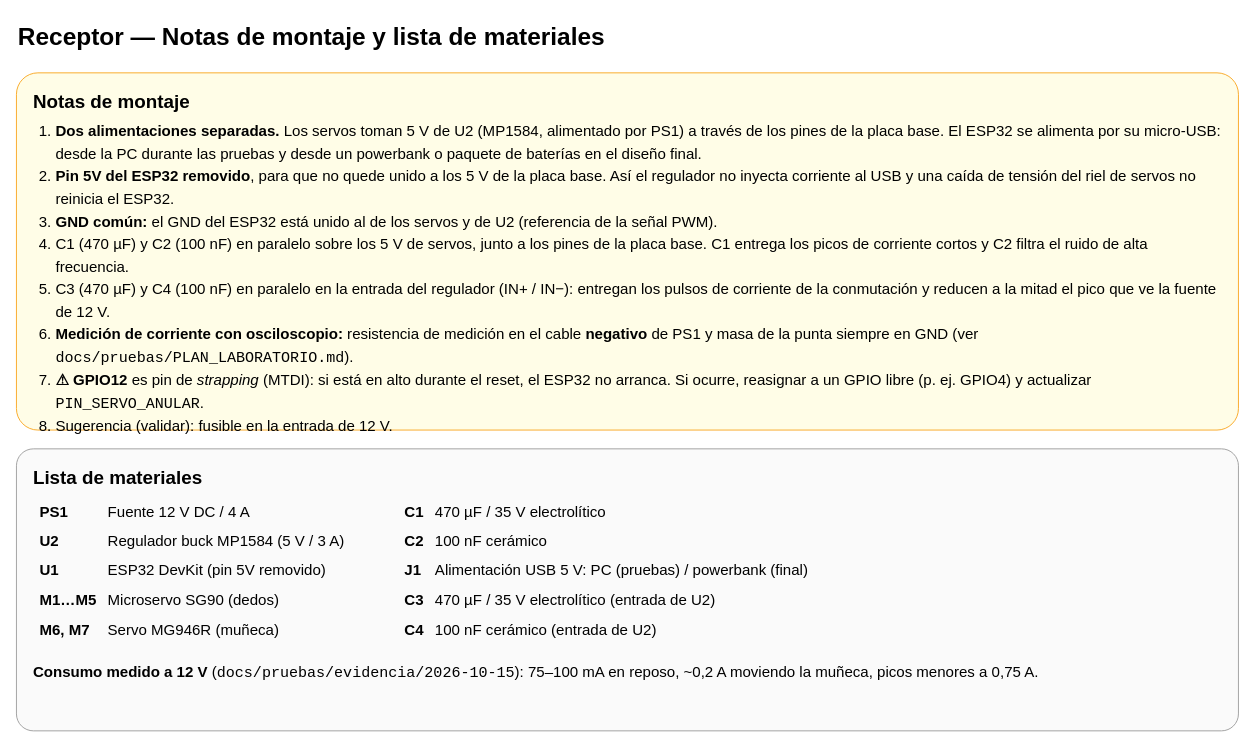
Earlier version of the draw.io diagram page "Notas y materiales" (2 of 2) of Receptor/Conexionado_Receptor.drawio (sevastianamoroso/proyecto-mano). Source tidied: cells renumbered, new cells numbered last; positions are measured from the earlier drawing's top-left corner, leaving out a move shared by most shapes. Both pictures are drawn from the tidied source at 94%, with x=0, y=0 at pixel (16, 16).
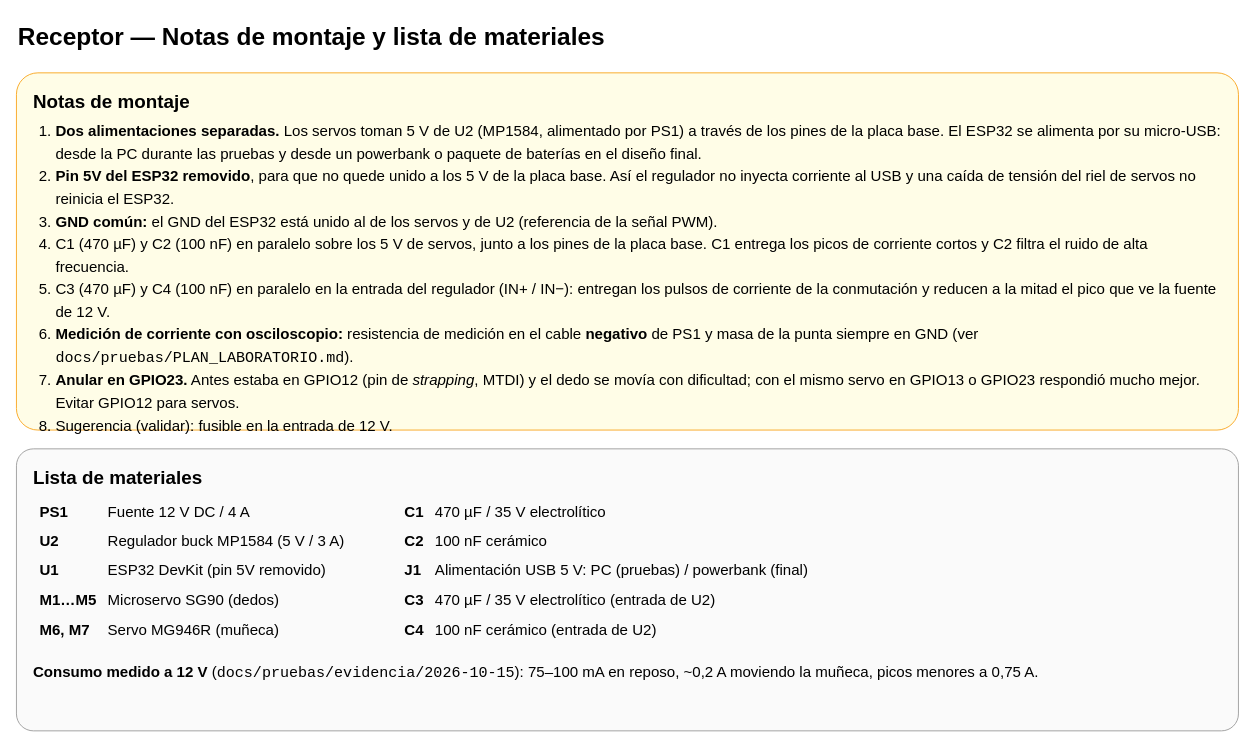
After the change.

Commit message (it also covers changes not shown here):
fix: servo del anular en GPIO 23

Diff of the diagram source:
```diff
@@
 <mxGraphModel>
   <root>
     <mxCell id="0" />
     <mxCell id="1" parent="0" />
     <mxCell id="2" value="&lt;b style='font-size:26px'&gt;Receptor — Notas de montaje y lista de materiales&lt;/b&gt;" style="text;html=1;whiteSpace=wrap;fontSize=14;" parent="1" vertex="1">
       <mxGeometry width="1300" height="44" as="geometry" />
     </mxCell>
-    <mxCell id="3" value="&lt;b style='font-size:20px'&gt;Notas de montaje&lt;/b&gt;&lt;ol style='margin:8px 0 0 0;padding-left:24px;line-height:1.5'&gt;&lt;li&gt;&lt;b&gt;Dos alimentaciones separadas.&lt;/b&gt; Los servos toman 5 V de U2 (MP1584, alimentado por PS1) a través de los pines de la placa base. El ESP32 se alimenta por su micro-USB: desde la PC durante las pruebas y desde un powerbank o paquete de baterías en el diseño final.&lt;/li&gt;&lt;li&gt;&lt;b&gt;Pin 5V del ESP32 removido&lt;/b&gt;, para que no quede unido a los 5 V de la placa base. Así el regulador no inyecta corriente al USB y una caída de tensión del riel de servos no reinicia el ESP32.&lt;/li&gt;&lt;li&gt;&lt;b&gt;GND común:&lt;/b&gt; el GND del ESP32 está unido al de los servos y de U2 (referencia de la señal PWM).&lt;/li&gt;&lt;li&gt;C1 (470 µF) y C2 (100 nF) en paralelo sobre los 5 V de servos, junto a los pines de la placa base. C1 entrega los picos de corriente cortos y C2 filtra el ruido de alta frecuencia.&lt;/li&gt;&lt;li&gt;C3 (470 µF) y C4 (100 nF) en paralelo en la entrada del regulador (IN+ / IN−): entregan los pulsos de corriente de la conmutación y reducen a la mitad el pico que ve la fuente de 12 V.&lt;/li&gt;&lt;li&gt;&lt;b&gt;Medición de corriente con osciloscopio:&lt;/b&gt; resistencia de medición en el cable &lt;b&gt;negativo&lt;/b&gt; de PS1 y masa de la punta siempre en GND (ver &lt;code&gt;docs/pruebas/PLAN_LABORATORIO.md&lt;/code&gt;).&lt;/li&gt;&lt;li&gt;&lt;b&gt;⚠ GPIO12&lt;/b&gt; es pin de &lt;i&gt;strapping&lt;/i&gt; (MTDI): si está en alto durante el reset, el ESP32 no arranca. Si ocurre, reasignar a un GPIO libre (p. ej. GPIO4) y actualizar &lt;code&gt;PIN_SERVO_ANULAR&lt;/code&gt;.&lt;/li&gt;&lt;li&gt;Sugerencia (validar): fusible en la entrada de 12 V.&lt;/li&gt;&lt;/ol&gt;" style="rounded=1;arcSize=6;whiteSpace=wrap;html=1;fontSize=14;align=left;verticalAlign=top;spacingLeft=16;spacingRight=16;spacingTop=12;fontSize=16;fillColor=#FFFDE7;strokeColor=#F9A825;" parent="1" vertex="1">
+    <mxCell id="3" value="&lt;b style='font-size:20px'&gt;Notas de montaje&lt;/b&gt;&lt;ol style='margin:8px 0 0 0;padding-left:24px;line-height:1.5'&gt;&lt;li&gt;&lt;b&gt;Dos alimentaciones separadas.&lt;/b&gt; Los servos toman 5 V de U2 (MP1584, alimentado por PS1) a través de los pines de la placa base. El ESP32 se alimenta por su micro-USB: desde la PC durante las pruebas y desde un powerbank o paquete de baterías en el diseño final.&lt;/li&gt;&lt;li&gt;&lt;b&gt;Pin 5V del ESP32 removido&lt;/b&gt;, para que no quede unido a los 5 V de la placa base. Así el regulador no inyecta corriente al USB y una caída de tensión del riel de servos no reinicia el ESP32.&lt;/li&gt;&lt;li&gt;&lt;b&gt;GND común:&lt;/b&gt; el GND del ESP32 está unido al de los servos y de U2 (referencia de la señal PWM).&lt;/li&gt;&lt;li&gt;C1 (470 µF) y C2 (100 nF) en paralelo sobre los 5 V de servos, junto a los pines de la placa base. C1 entrega los picos de corriente cortos y C2 filtra el ruido de alta frecuencia.&lt;/li&gt;&lt;li&gt;C3 (470 µF) y C4 (100 nF) en paralelo en la entrada del regulador (IN+ / IN−): entregan los pulsos de corriente de la conmutación y reducen a la mitad el pico que ve la fuente de 12 V.&lt;/li&gt;&lt;li&gt;&lt;b&gt;Medición de corriente con osciloscopio:&lt;/b&gt; resistencia de medición en el cable &lt;b&gt;negativo&lt;/b&gt; de PS1 y masa de la punta siempre en GND (ver &lt;code&gt;docs/pruebas/PLAN_LABORATORIO.md&lt;/code&gt;).&lt;/li&gt;&lt;li&gt;&lt;b&gt;Anular en GPIO23.&lt;/b&gt; Antes estaba en GPIO12 (pin de &lt;i&gt;strapping&lt;/i&gt;, MTDI) y el dedo se movía con dificultad; con el mismo servo en GPIO13 o GPIO23 respondió mucho mejor. Evitar GPIO12 para servos.&lt;/li&gt;&lt;li&gt;Sugerencia (validar): fusible en la entrada de 12 V.&lt;/li&gt;&lt;/ol&gt;" style="rounded=1;arcSize=6;whiteSpace=wrap;html=1;fontSize=14;align=left;verticalAlign=top;spacingLeft=16;spacingRight=16;spacingTop=12;fontSize=16;fillColor=#FFFDE7;strokeColor=#F9A825;" parent="1" vertex="1">
       <mxGeometry y="60" width="1300" height="380" as="geometry" />
     </mxCell>
     <mxCell id="4" value="&lt;b style='font-size:20px'&gt;Lista de materiales&lt;/b&gt;&lt;table style='font-size:16px;margin-top:8px' cellpadding='5'&gt;&lt;tr&gt;&lt;td&gt;&lt;b&gt;PS1&lt;/b&gt;&lt;/td&gt;&lt;td&gt;Fuente 12 V DC / 4 A&lt;/td&gt;&lt;td width='40'&gt;&lt;/td&gt;&lt;td&gt;&lt;b&gt;C1&lt;/b&gt;&lt;/td&gt;&lt;td&gt;470 µF / 35 V electrolítico&lt;/td&gt;&lt;/tr&gt;&lt;tr&gt;&lt;td&gt;&lt;b&gt;U2&lt;/b&gt;&lt;/td&gt;&lt;td&gt;Regulador buck MP1584 (5 V / 3 A)&lt;/td&gt;&lt;td&gt;&lt;/td&gt;&lt;td&gt;&lt;b&gt;C2&lt;/b&gt;&lt;/td&gt;&lt;td&gt;100 nF cerámico&lt;/td&gt;&lt;/tr&gt;&lt;tr&gt;&lt;td&gt;&lt;b&gt;U1&lt;/b&gt;&lt;/td&gt;&lt;td&gt;ESP32 DevKit (pin 5V removido)&lt;/td&gt;&lt;td&gt;&lt;/td&gt;&lt;td&gt;&lt;b&gt;J1&lt;/b&gt;&lt;/td&gt;&lt;td&gt;Alimentación USB 5 V: PC (pruebas) / powerbank (final)&lt;/td&gt;&lt;/tr&gt;&lt;tr&gt;&lt;td&gt;&lt;b&gt;M1…M5&lt;/b&gt;&lt;/td&gt;&lt;td&gt;Microservo SG90 (dedos)&lt;/td&gt;&lt;td&gt;&lt;/td&gt;&lt;td&gt;&lt;b&gt;C3&lt;/b&gt;&lt;/td&gt;&lt;td&gt;470 µF / 35 V electrolítico (entrada de U2)&lt;/td&gt;&lt;/tr&gt;&lt;tr&gt;&lt;td&gt;&lt;b&gt;M6, M7&lt;/b&gt;&lt;/td&gt;&lt;td&gt;Servo MG946R (muñeca)&lt;/td&gt;&lt;td&gt;&lt;/td&gt;&lt;td&gt;&lt;b&gt;C4&lt;/b&gt;&lt;/td&gt;&lt;td&gt;100 nF cerámico (entrada de U2)&lt;/td&gt;&lt;/tr&gt;&lt;/table&gt;&lt;br&gt;&lt;b&gt;Consumo medido a 12 V&lt;/b&gt; (&lt;code&gt;docs/pruebas/evidencia/2026-10-15&lt;/code&gt;): 75–100 mA en reposo, ~0,2 A moviendo la muñeca, picos menores a 0,75 A." style="rounded=1;arcSize=6;whiteSpace=wrap;html=1;fontSize=14;align=left;verticalAlign=top;spacingLeft=16;spacingRight=16;spacingTop=12;fontSize=16;fillColor=#FAFAFA;strokeColor=#9E9E9E;" parent="1" vertex="1">
       <mxGeometry y="460" width="1300" height="300" as="geometry" />
     </mxCell>
   </root>
 </mxGraphModel>
```
